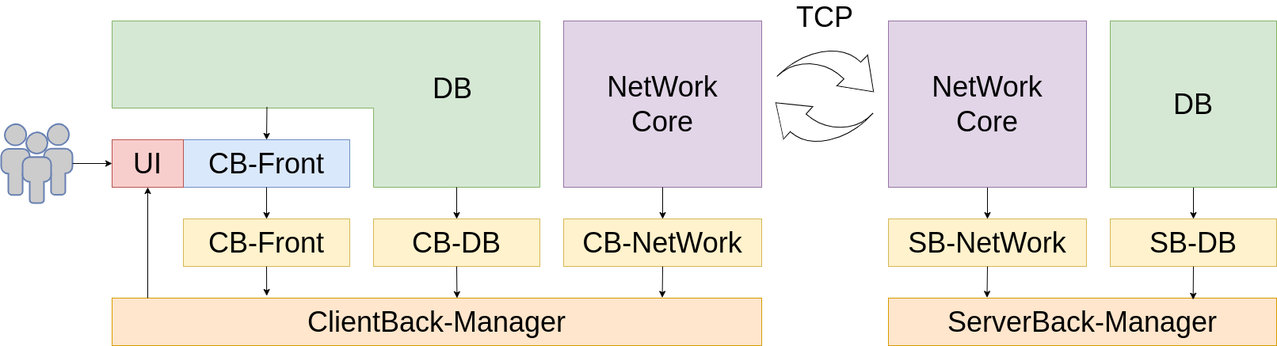
The draw.io diagram doc/细化框架.png in HugoPhi/ChatApp, before a commit. Source tidied: cells renumbered, new cells last; positions are measured from the earlier drawing's top-left corner, leaving out a move shared by most shapes.
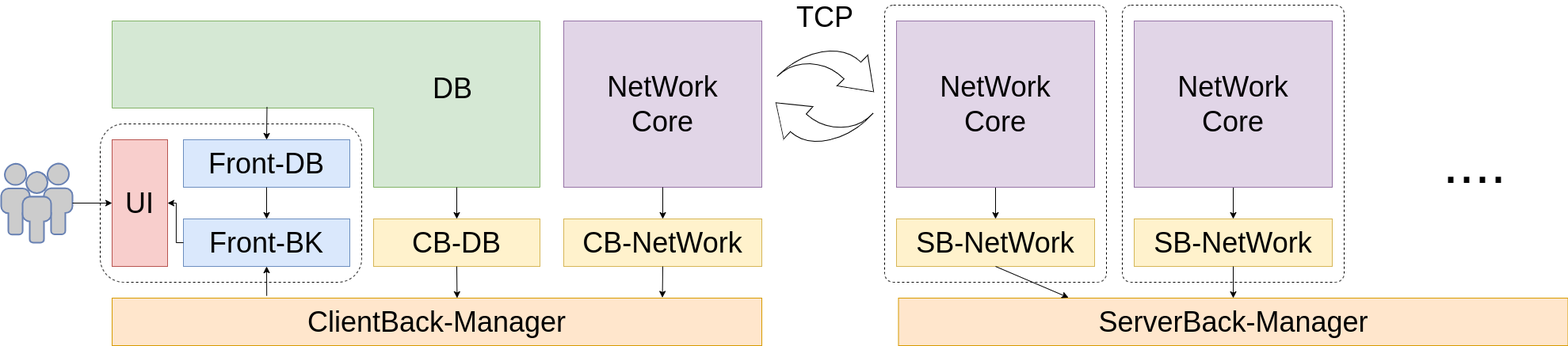
The same file after the commit.

The edit, as a diff of the source:
```diff
@@ -2,103 +2,116 @@
   <root>
     <mxCell id="0" />
     <mxCell id="1" parent="0" />
-    <mxCell id="2" style="group;" parent="1" vertex="1">
-      <mxGeometry width="1610" height="430" as="geometry" />
-    </mxCell>
+    <mxCell id="34" style="group;" parent="1" vertex="1">
+      <mxGeometry x="780" y="180" width="280" height="350" as="geometry" />
+    </mxCell>
+    <mxCell id="35" style="rounded=1;whiteSpace=wrap;html=1;dashed=1;arcSize=4;" parent="34" vertex="1">
+      <mxGeometry width="280" height="350" as="geometry" />
+    </mxCell>
+    <mxCell id="27" value="&lt;font style=&quot;font-size: 36px;&quot;&gt;S&lt;/font&gt;&lt;span style=&quot;font-size: 36px; background-color: initial;&quot;&gt;B-NetWork&lt;/span&gt;" style="rounded=0;whiteSpace=wrap;html=1;fillColor=#fff2cc;strokeColor=#d6b656;" parent="34" vertex="1">
+      <mxGeometry x="15" y="270" width="250" height="60" as="geometry" />
+    </mxCell>
+    <mxCell id="28" style="edgeStyle=orthogonalEdgeStyle;rounded=0;jettySize=auto;html=1;" parent="34" edge="1" source="29" target="27">
+      <mxGeometry relative="1" as="geometry" />
+    </mxCell>
+    <mxCell id="29" value="&lt;font style=&quot;font-size: 36px;&quot;&gt;NetWork&lt;/font&gt;&lt;div&gt;&lt;font style=&quot;font-size: 36px;&quot;&gt;Core&lt;/font&gt;&lt;/div&gt;" style="rounded=0;whiteSpace=wrap;html=1;fillColor=#e1d5e7;strokeColor=#9673a6;" parent="34" vertex="1">
+      <mxGeometry x="15" y="20" width="250" height="210" as="geometry" />
+    </mxCell>
+    <mxCell id="36" style="rounded=1;whiteSpace=wrap;html=1;dashed=1;" parent="1" vertex="1">
+      <mxGeometry x="-210" y="330" width="330" height="200" as="geometry" />
+    </mxCell>
-    <mxCell id="3" value="&lt;font style=&quot;font-size: 36px;&quot;&gt;ClientBack-Manager&lt;/font&gt;" style="rounded=0;whiteSpace=wrap;html=1;fillColor=#ffe6cc;strokeColor=#d79b00;" parent="2" vertex="1">
-      <mxGeometry x="140" y="370" width="820" height="60" as="geometry" />
+    <mxCell id="3" value="&lt;font style=&quot;font-size: 36px;&quot;&gt;ClientBack-Manager&lt;/font&gt;" style="rounded=0;whiteSpace=wrap;html=1;fillColor=#ffe6cc;strokeColor=#d79b00;" parent="1" vertex="1">
+      <mxGeometry x="-195" y="550" width="820" height="60" as="geometry" />
     </mxCell>
-    <mxCell id="4" value="&lt;font style=&quot;font-size: 36px;&quot;&gt;CB-DB&lt;/font&gt;" style="rounded=0;whiteSpace=wrap;html=1;fillColor=#fff2cc;strokeColor=#d6b656;" parent="2" vertex="1">
-      <mxGeometry x="470" y="270" width="210" height="60" as="geometry" />
+    <mxCell id="4" value="&lt;font style=&quot;font-size: 36px;&quot;&gt;CB-DB&lt;/font&gt;" style="rounded=0;whiteSpace=wrap;html=1;fillColor=#fff2cc;strokeColor=#d6b656;" parent="1" vertex="1">
+      <mxGeometry x="135" y="450" width="210" height="60" as="geometry" />
     </mxCell>
-    <mxCell id="5" value="&lt;font style=&quot;font-size: 36px;&quot;&gt;CB-NetWork&lt;/font&gt;" style="rounded=0;whiteSpace=wrap;html=1;fillColor=#fff2cc;strokeColor=#d6b656;" parent="2" vertex="1">
-      <mxGeometry x="710" y="270" width="250" height="60" as="geometry" />
+    <mxCell id="5" value="&lt;font style=&quot;font-size: 36px;&quot;&gt;CB-NetWork&lt;/font&gt;" style="rounded=0;whiteSpace=wrap;html=1;fillColor=#fff2cc;strokeColor=#d6b656;" parent="1" vertex="1">
+      <mxGeometry x="375" y="450" width="250" height="60" as="geometry" />
     </mxCell>
-    <mxCell id="6" value="&lt;font style=&quot;font-size: 36px;&quot;&gt;CB-Front&lt;/font&gt;" style="rounded=0;whiteSpace=wrap;html=1;fillColor=#fff2cc;strokeColor=#d6b656;" parent="2" vertex="1">
-      <mxGeometry x="230" y="270" width="210" height="60" as="geometry" />
+    <mxCell id="6" value="&lt;font style=&quot;font-size: 36px;&quot;&gt;Front-BK&lt;/font&gt;" style="rounded=0;whiteSpace=wrap;html=1;fillColor=#dae8fc;strokeColor=#6c8ebf;" parent="1" vertex="1">
+      <mxGeometry x="-105" y="450" width="210" height="60" as="geometry" />
     </mxCell>
-    <mxCell id="7" value="&lt;font style=&quot;font-size: 36px;&quot;&gt;NetWork&lt;/font&gt;&lt;div&gt;&lt;font style=&quot;font-size: 36px;&quot;&gt;Core&lt;/font&gt;&lt;/div&gt;" style="rounded=0;whiteSpace=wrap;html=1;fillColor=#e1d5e7;strokeColor=#9673a6;" parent="2" vertex="1">
-      <mxGeometry x="710" y="20" width="250" height="210" as="geometry" />
+    <mxCell id="7" value="&lt;font style=&quot;font-size: 36px;&quot;&gt;NetWork&lt;/font&gt;&lt;div&gt;&lt;font style=&quot;font-size: 36px;&quot;&gt;Core&lt;/font&gt;&lt;/div&gt;" style="rounded=0;whiteSpace=wrap;html=1;fillColor=#e1d5e7;strokeColor=#9673a6;" parent="1" vertex="1">
+      <mxGeometry x="375" y="200" width="250" height="210" as="geometry" />
     </mxCell>
-    <mxCell id="8" style="shape=corner;whiteSpace=wrap;html=1;direction=south;dx=110;dy=210;fillColor=#d5e8d4;strokeColor=#82b366;" parent="2" vertex="1">
-      <mxGeometry x="140" y="20" width="540" height="210" as="geometry" />
+    <mxCell id="8" style="shape=corner;whiteSpace=wrap;html=1;direction=south;dx=110;dy=210;fillColor=#d5e8d4;strokeColor=#82b366;" parent="1" vertex="1">
+      <mxGeometry x="-195" y="200" width="540" height="210" as="geometry" />
     </mxCell>
-    <mxCell id="9" value="&lt;font style=&quot;font-size: 36px;&quot;&gt;CB-Front&lt;/font&gt;" style="rounded=0;whiteSpace=wrap;html=1;fillColor=#dae8fc;strokeColor=#6c8ebf;" parent="2" vertex="1">
-      <mxGeometry x="230" y="170" width="210" height="60" as="geometry" />
+    <mxCell id="9" value="&lt;span style=&quot;font-size: 36px;&quot;&gt;Front-DB&lt;/span&gt;" style="rounded=0;whiteSpace=wrap;html=1;fillColor=#dae8fc;strokeColor=#6c8ebf;" parent="1" vertex="1">
+      <mxGeometry x="-105" y="350" width="210" height="60" as="geometry" />
     </mxCell>
-    <mxCell id="10" value="&lt;font style=&quot;font-size: 36px;&quot;&gt;DB&lt;/font&gt;" style="text;html=1;align=center;verticalAlign=middle;whiteSpace=wrap;rounded=0;" parent="2" vertex="1">
-      <mxGeometry x="500" y="80" width="140" height="50" as="geometry" />
+    <mxCell id="10" value="&lt;font style=&quot;font-size: 36px;&quot;&gt;DB&lt;/font&gt;" style="text;html=1;align=center;verticalAlign=middle;whiteSpace=wrap;rounded=0;" parent="1" vertex="1">
+      <mxGeometry x="165" y="260" width="140" height="50" as="geometry" />
     </mxCell>
-    <mxCell id="11" value="&lt;font style=&quot;font-size: 36px;&quot;&gt;UI&lt;/font&gt;" style="rounded=0;whiteSpace=wrap;html=1;fillColor=#f8cecc;strokeColor=#b85450;" parent="2" vertex="1">
-      <mxGeometry x="140" y="170" width="90" height="60" as="geometry" />
+    <mxCell id="11" value="&lt;font style=&quot;font-size: 36px;&quot;&gt;UI&lt;/font&gt;" style="rounded=0;whiteSpace=wrap;html=1;fillColor=#f8cecc;strokeColor=#b85450;" parent="1" vertex="1">
+      <mxGeometry x="-195" y="350" width="70" height="160" as="geometry" />
     </mxCell>
-    <mxCell id="12" style="fontColor=#0066CC;verticalAlign=top;verticalLabelPosition=bottom;labelPosition=center;align=center;html=1;outlineConnect=0;fillColor=#CCCCCC;strokeColor=#6881B3;gradientColor=none;gradientDirection=north;strokeWidth=2;shape=mxgraph.networks.users;" parent="2" vertex="1">
-      <mxGeometry y="150" width="90" height="100" as="geometry" />
+    <mxCell id="12" style="fontColor=#0066CC;verticalAlign=top;verticalLabelPosition=bottom;labelPosition=center;align=center;html=1;outlineConnect=0;fillColor=#CCCCCC;strokeColor=#6881B3;gradientColor=none;gradientDirection=north;strokeWidth=2;shape=mxgraph.networks.users;" parent="1" vertex="1">
+      <mxGeometry x="-335" y="380" width="90" height="100" as="geometry" />
     </mxCell>
-    <mxCell id="13" style="endArrow=classic;html=1;rounded=0;exitX=1;exitY=0.5;exitDx=0;exitDy=0;exitPerimeter=0;entryX=0;entryY=0.5;entryDx=0;entryDy=0;" parent="2" edge="1" source="12" target="11">
+    <mxCell id="13" style="endArrow=classic;html=1;rounded=0;exitX=1;exitY=0.5;exitDx=0;exitDy=0;exitPerimeter=0;entryX=0;entryY=0.5;entryDx=0;entryDy=0;" parent="1" edge="1" source="12" target="11">
       <mxGeometry relative="1" as="geometry" />
     </mxCell>
-    <mxCell id="14" style="endArrow=classic;html=1;rounded=0;exitX=0.517;exitY=0.638;exitDx=0;exitDy=0;exitPerimeter=0;entryX=0.5;entryY=0;entryDx=0;entryDy=0;" parent="2" edge="1" source="8" target="9">
+    <mxCell id="14" style="endArrow=classic;html=1;rounded=0;exitX=0.517;exitY=0.638;exitDx=0;exitDy=0;exitPerimeter=0;entryX=0.5;entryY=0;entryDx=0;entryDy=0;" parent="1" edge="1" source="8" target="9">
       <mxGeometry relative="1" as="geometry" />
     </mxCell>
-    <mxCell id="15" style="endArrow=classic;html=1;rounded=0;exitX=0.5;exitY=1;exitDx=0;exitDy=0;entryX=0.5;entryY=0;entryDx=0;entryDy=0;" parent="2" edge="1" source="9" target="6">
+    <mxCell id="15" style="endArrow=classic;html=1;rounded=0;exitX=0.5;exitY=1;exitDx=0;exitDy=0;entryX=0.5;entryY=0;entryDx=0;entryDy=0;" parent="1" edge="1" source="9" target="6">
       <mxGeometry relative="1" as="geometry" />
     </mxCell>
-    <mxCell id="16" style="endArrow=classic;html=1;rounded=0;exitX=0.5;exitY=1;exitDx=0;exitDy=0;entryX=0.238;entryY=-0.048;entryDx=0;entryDy=0;entryPerimeter=0;" parent="2" edge="1" source="6" target="3">
+    <mxCell id="16" style="endArrow=classic;html=1;rounded=0;exitX=0.238;exitY=-0.048;exitDx=0;exitDy=0;entryX=0.5;entryY=1;entryDx=0;entryDy=0;exitPerimeter=0;" parent="1" edge="1" source="3" target="6">
       <mxGeometry relative="1" as="geometry" />
     </mxCell>
-    <mxCell id="17" style="endArrow=classic;html=1;rounded=0;exitX=0;exitY=0;exitDx=210;exitDy=105;exitPerimeter=0;" parent="2" edge="1" source="8" target="4">
+    <mxCell id="17" style="endArrow=classic;html=1;rounded=0;exitX=0;exitY=0;exitDx=210;exitDy=105;exitPerimeter=0;" parent="1" edge="1" source="8" target="4">
       <mxGeometry relative="1" as="geometry" />
     </mxCell>
-    <mxCell id="18" style="endArrow=classic;html=1;rounded=0;exitX=0.5;exitY=1;exitDx=0;exitDy=0;entryX=0.531;entryY=-0.001;entryDx=0;entryDy=0;entryPerimeter=0;" parent="2" edge="1" source="4" target="3">
+    <mxCell id="18" style="endArrow=classic;html=1;rounded=0;exitX=0.5;exitY=1;exitDx=0;exitDy=0;entryX=0.531;entryY=-0.001;entryDx=0;entryDy=0;entryPerimeter=0;" parent="1" edge="1" source="4" target="3">
       <mxGeometry relative="1" as="geometry" />
     </mxCell>
-    <mxCell id="19" style="endArrow=classic;html=1;rounded=0;exitX=0.5;exitY=1;exitDx=0;exitDy=0;entryX=0.847;entryY=-0.009;entryDx=0;entryDy=0;entryPerimeter=0;" parent="2" edge="1" source="5" target="3">
+    <mxCell id="19" style="endArrow=classic;html=1;rounded=0;exitX=0.5;exitY=1;exitDx=0;exitDy=0;entryX=0.847;entryY=-0.009;entryDx=0;entryDy=0;entryPerimeter=0;" parent="1" edge="1" source="5" target="3">
       <mxGeometry relative="1" as="geometry" />
     </mxCell>
-    <mxCell id="20" style="endArrow=classic;html=1;rounded=0;exitX=0.5;exitY=1;exitDx=0;exitDy=0;" parent="2" edge="1" source="7" target="5">
+    <mxCell id="20" style="endArrow=classic;html=1;rounded=0;exitX=0.5;exitY=1;exitDx=0;exitDy=0;" parent="1" edge="1" source="7" target="5">
       <mxGeometry relative="1" as="geometry" />
     </mxCell>
-    <mxCell id="21" style="endArrow=classic;html=1;rounded=0;entryX=0.5;entryY=1;entryDx=0;entryDy=0;" parent="2" edge="1" target="11">
-      <mxGeometry relative="1" as="geometry">
-        <mxPoint x="185" y="370" as="sourcePoint" />
-      </mxGeometry>
+    <mxCell id="21" style="endArrow=classic;html=1;rounded=0;entryX=1;entryY=0.5;entryDx=0;entryDy=0;exitX=0;exitY=0.5;exitDx=0;exitDy=0;edgeStyle=elbowEdgeStyle;" parent="1" edge="1" source="6" target="11">
+      <mxGeometry relative="1" as="geometry" />
     </mxCell>
-    <mxCell id="22" style="html=1;shadow=0;dashed=0;align=center;verticalAlign=middle;shape=mxgraph.arrows2.jumpInArrow;dy=15;dx=38;arrowHead=55;rotation=45;" parent="2" vertex="1">
-      <mxGeometry x="1000" y="40" width="100" height="100" as="geometry" />
+    <mxCell id="22" style="html=1;shadow=0;dashed=0;align=center;verticalAlign=middle;shape=mxgraph.arrows2.jumpInArrow;dy=15;dx=38;arrowHead=55;rotation=45;" parent="1" vertex="1">
+      <mxGeometry x="665" y="220" width="100" height="100" as="geometry" />
     </mxCell>
-    <mxCell id="23" style="html=1;shadow=0;dashed=0;align=center;verticalAlign=middle;shape=mxgraph.arrows2.jumpInArrow;dy=15;dx=38;arrowHead=55;rotation=-138;" parent="2" vertex="1">
-      <mxGeometry x="980" y="90" width="100" height="100" as="geometry" />
+    <mxCell id="23" style="html=1;shadow=0;dashed=0;align=center;verticalAlign=middle;shape=mxgraph.arrows2.jumpInArrow;dy=15;dx=38;arrowHead=55;rotation=-138;" parent="1" vertex="1">
+      <mxGeometry x="645" y="270" width="100" height="100" as="geometry" />
     </mxCell>
-    <mxCell id="24" value="&lt;font style=&quot;font-size: 36px;&quot;&gt;TCP&lt;/font&gt;" style="text;html=1;align=center;verticalAlign=middle;whiteSpace=wrap;rounded=0;" parent="2" vertex="1">
-      <mxGeometry x="1010" width="60" height="30" as="geometry" />
+    <mxCell id="24" value="&lt;font style=&quot;font-size: 36px;&quot;&gt;TCP&lt;/font&gt;" style="text;html=1;align=center;verticalAlign=middle;whiteSpace=wrap;rounded=0;" parent="1" vertex="1">
+      <mxGeometry x="675" y="180" width="60" height="30" as="geometry" />
     </mxCell>
-    <mxCell id="25" value="&lt;font style=&quot;font-size: 36px;&quot;&gt;ServerBack-Manager&lt;/font&gt;" style="rounded=0;whiteSpace=wrap;html=1;fillColor=#ffe6cc;strokeColor=#d79b00;" parent="2" vertex="1">
-      <mxGeometry x="1120" y="370" width="490" height="60" as="geometry" />
+    <mxCell id="25" value="&lt;font style=&quot;font-size: 36px;&quot;&gt;ServerBack-Manager&lt;/font&gt;" style="rounded=0;whiteSpace=wrap;html=1;fillColor=#ffe6cc;strokeColor=#d79b00;" parent="1" vertex="1">
+      <mxGeometry x="797.5" y="550" width="845" height="60" as="geometry" />
     </mxCell>
-    <mxCell id="26" value="&lt;font style=&quot;font-size: 36px;&quot;&gt;SB-DB&lt;/font&gt;" style="rounded=0;whiteSpace=wrap;html=1;fillColor=#fff2cc;strokeColor=#d6b656;" parent="2" vertex="1">
-      <mxGeometry x="1400" y="270" width="210" height="60" as="geometry" />
-    </mxCell>
-    <mxCell id="27" value="&lt;font style=&quot;font-size: 36px;&quot;&gt;S&lt;/font&gt;&lt;span style=&quot;font-size: 36px; background-color: initial;&quot;&gt;B-NetWork&lt;/span&gt;" style="rounded=0;whiteSpace=wrap;html=1;fillColor=#fff2cc;strokeColor=#d6b656;" parent="2" vertex="1">
-      <mxGeometry x="1120" y="270" width="250" height="60" as="geometry" />
-    </mxCell>
-    <mxCell id="28" style="edgeStyle=orthogonalEdgeStyle;rounded=0;jettySize=auto;html=1;" parent="2" edge="1" source="29" target="27">
-      <mxGeometry relative="1" as="geometry" />
-    </mxCell>
-    <mxCell id="29" value="&lt;font style=&quot;font-size: 36px;&quot;&gt;NetWork&lt;/font&gt;&lt;div&gt;&lt;font style=&quot;font-size: 36px;&quot;&gt;Core&lt;/font&gt;&lt;/div&gt;" style="rounded=0;whiteSpace=wrap;html=1;fillColor=#e1d5e7;strokeColor=#9673a6;" parent="2" vertex="1">
-      <mxGeometry x="1120" y="20" width="250" height="210" as="geometry" />
-    </mxCell>
-    <mxCell id="30" style="edgeStyle=orthogonalEdgeStyle;rounded=0;jettySize=auto;html=1;" parent="2" edge="1" source="31" target="26">
-      <mxGeometry relative="1" as="geometry" />
-    </mxCell>
-    <mxCell id="31" value="&lt;span style=&quot;font-size: 36px;&quot;&gt;DB&lt;/span&gt;" style="rounded=0;whiteSpace=wrap;html=1;fillColor=#d5e8d4;strokeColor=#82b366;" parent="2" vertex="1">
-      <mxGeometry x="1400" y="20" width="210" height="210" as="geometry" />
-    </mxCell>
-    <mxCell id="32" style="endArrow=classic;html=1;rounded=0;exitX=0.5;exitY=1;exitDx=0;exitDy=0;entryX=0.254;entryY=-0.01;entryDx=0;entryDy=0;entryPerimeter=0;" parent="2" edge="1" source="27" target="25">
+    <mxCell id="32" style="endArrow=classic;html=1;rounded=0;exitX=0.5;exitY=1;exitDx=0;exitDy=0;entryX=0.254;entryY=-0.01;entryDx=0;entryDy=0;entryPerimeter=0;" parent="1" edge="1" source="27" target="25">
       <mxGeometry relative="1" as="geometry" />
     </mxCell>
-    <mxCell id="33" style="endArrow=classic;html=1;rounded=0;exitX=0.5;exitY=1;exitDx=0;exitDy=0;entryX=0.785;entryY=0.031;entryDx=0;entryDy=0;entryPerimeter=0;" parent="2" edge="1" source="26" target="25">
-      <mxGeometry relative="1" as="geometry" />
-    </mxCell>
+    <mxCell id="37" style="group;" parent="1" vertex="1">
+      <mxGeometry x="1080" y="180" width="280" height="350" as="geometry" />
+    </mxCell>
+    <mxCell id="38" style="rounded=1;whiteSpace=wrap;html=1;dashed=1;arcSize=4;" parent="37" vertex="1">
+      <mxGeometry width="280" height="350" as="geometry" />
+    </mxCell>
+    <mxCell id="39" value="&lt;font style=&quot;font-size: 36px;&quot;&gt;S&lt;/font&gt;&lt;span style=&quot;font-size: 36px; background-color: initial;&quot;&gt;B-NetWork&lt;/span&gt;" style="rounded=0;whiteSpace=wrap;html=1;fillColor=#fff2cc;strokeColor=#d6b656;" parent="37" vertex="1">
+      <mxGeometry x="15" y="270" width="250" height="60" as="geometry" />
+    </mxCell>
+    <mxCell id="40" style="edgeStyle=orthogonalEdgeStyle;rounded=0;jettySize=auto;html=1;" parent="37" edge="1" source="41" target="39">
+      <mxGeometry relative="1" as="geometry" />
+    </mxCell>
+    <mxCell id="41" value="&lt;font style=&quot;font-size: 36px;&quot;&gt;NetWork&lt;/font&gt;&lt;div&gt;&lt;font style=&quot;font-size: 36px;&quot;&gt;Core&lt;/font&gt;&lt;/div&gt;" style="rounded=0;whiteSpace=wrap;html=1;fillColor=#e1d5e7;strokeColor=#9673a6;" parent="37" vertex="1">
+      <mxGeometry x="15" y="20" width="250" height="210" as="geometry" />
+    </mxCell>
+    <mxCell id="42" style="endArrow=classic;html=1;rounded=0;exitX=0.5;exitY=1;exitDx=0;exitDy=0;entryX=0.5;entryY=0;entryDx=0;entryDy=0;" parent="1" edge="1" source="39" target="25">
+      <mxGeometry relative="1" as="geometry" />
+    </mxCell>
+    <mxCell id="43" value="&lt;font style=&quot;font-size: 72px;&quot;&gt;....&lt;/font&gt;" style="text;html=1;align=center;verticalAlign=middle;whiteSpace=wrap;rounded=0;" parent="1" vertex="1">
+      <mxGeometry x="1430" y="350" width="190" height="60" as="geometry" />
+    </mxCell>
   </root>
 </mxGraphModel>
```
